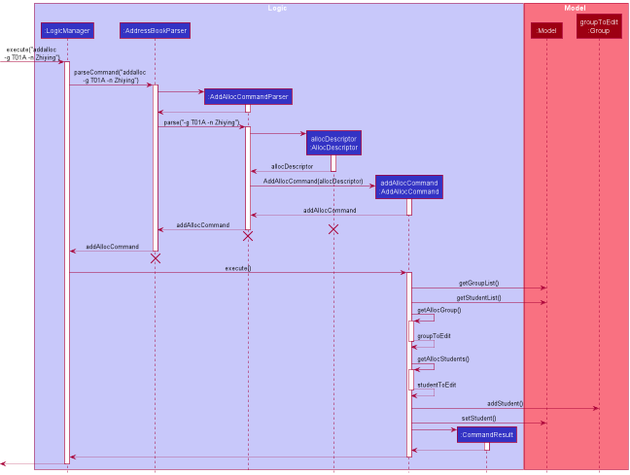
The PlantUML diagram docs/images/AddAllocSequenceDiagram.png in nus-cs2103-AY2122S1/tp, before a commit. Source of this version:
```plantuml
@startuml
!include style.puml

box Logic LOGIC_COLOR_T1
participant ":LogicManager" as LogicManager LOGIC_COLOR
participant ":AddressBookParser" as AddressBookParser LOGIC_COLOR
participant ":AddAllocCommandParser" as AddAllocCommandParser LOGIC_COLOR
participant "allocDescriptor\n:AllocDescriptor" as AllocDescriptor LOGIC_COLOR
participant "addAllocCommand\n:AddAllocCommand" as AddAllocCommand LOGIC_COLOR
participant ":CommandResult" as CommandResult LOGIC_COLOR
end box

box Model MODEL_COLOR_T1
participant ":Model" as Model MODEL_COLOR
participant "groupToEdit\n:Group" MODEL_COLOR
end box

[-> LogicManager : execute("addalloc \n-g T01A -n Zhiying")
activate LogicManager

LogicManager -> AddressBookParser : parseCommand("addalloc \n-g T01A -n Zhiying")
activate AddressBookParser

create AddAllocCommandParser
AddressBookParser -> AddAllocCommandParser
activate AddAllocCommandParser

AddAllocCommandParser --> AddressBookParser
deactivate AddAllocCommandParser

AddressBookParser -> AddAllocCommandParser : parse("-g T01A -n Zhiying")
activate AddAllocCommandParser

create AllocDescriptor
AddAllocCommandParser -> AllocDescriptor
activate AllocDescriptor

AllocDescriptor --> AddAllocCommandParser : allocDescriptor
deactivate AllocDescriptor

create AddAllocCommand
AddAllocCommandParser -> AddAllocCommand : AddAllocCommand(allocDescriptor)
activate AddAllocCommand

AddAllocCommand --> AddAllocCommandParser : addAllocCommand
deactivate AddAllocCommand

AddAllocCommandParser --> AddressBookParser : addAllocCommand
deactivate AddAllocCommandParser

destroy AllocDescriptor

Model -[hidden]->
destroy AddAllocCommandParser

AddressBookParser --> LogicManager : addAllocCommand
deactivate AddressBookParser

Model -[hidden]->
destroy AddressBookParser

LogicManager -> AddAllocCommand : execute()
activate AddAllocCommand

AddAllocCommand -> Model : getGroupList()
AddAllocCommand -> Model : getStudentList()

AddAllocCommand -> AddAllocCommand : getAllocGroup()
activate AddAllocCommand

AddAllocCommand --> AddAllocCommand : groupToEdit
deactivate AddAllocCommand

Model -[hidden]->

AddAllocCommand -> AddAllocCommand : getAllocStudents()
activate AddAllocCommand

AddAllocCommand --> AddAllocCommand : studentToEdit
deactivate AddAllocCommand

AddAllocCommand -> "groupToEdit\n:Group" : addStudent()
AddAllocCommand -> Model : setStudent()

create CommandResult
AddAllocCommand -> CommandResult
activate CommandResult

CommandResult --> AddAllocCommand
deactivate CommandResult

AddAllocCommand --> LogicManager
deactivate AddAllocCommand

[<--LogicManager
deactivate LogicManager

@enduml
```
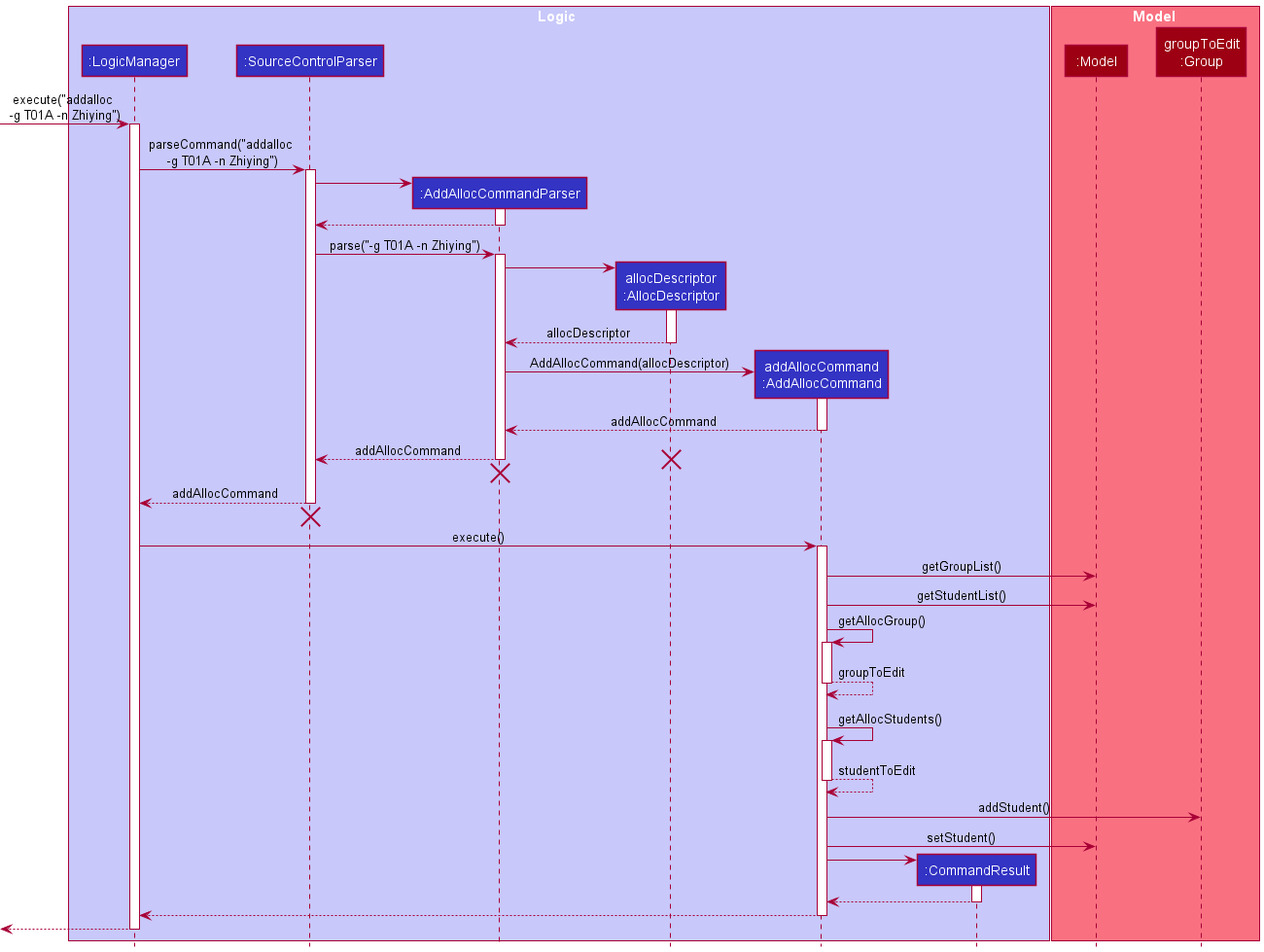
After the change.

The edit, as a diff of the source:
```diff
@@ -3,7 +3,7 @@
 
 box Logic LOGIC_COLOR_T1
 participant ":LogicManager" as LogicManager LOGIC_COLOR
-participant ":AddressBookParser" as AddressBookParser LOGIC_COLOR
+participant ":SourceControlParser" as SourceControlParser LOGIC_COLOR
 participant ":AddAllocCommandParser" as AddAllocCommandParser LOGIC_COLOR
 participant "allocDescriptor\n:AllocDescriptor" as AllocDescriptor LOGIC_COLOR
 participant "addAllocCommand\n:AddAllocCommand" as AddAllocCommand LOGIC_COLOR
@@ -18,17 +18,17 @@
 [-> LogicManager : execute("addalloc \n-g T01A -n Zhiying")
 activate LogicManager
 
-LogicManager -> AddressBookParser : parseCommand("addalloc \n-g T01A -n Zhiying")
-activate AddressBookParser
+LogicManager -> SourceControlParser : parseCommand("addalloc \n-g T01A -n Zhiying")
+activate SourceControlParser
 
 create AddAllocCommandParser
-AddressBookParser -> AddAllocCommandParser
+SourceControlParser -> AddAllocCommandParser
 activate AddAllocCommandParser
 
-AddAllocCommandParser --> AddressBookParser
+AddAllocCommandParser --> SourceControlParser
 deactivate AddAllocCommandParser
 
-AddressBookParser -> AddAllocCommandParser : parse("-g T01A -n Zhiying")
+SourceControlParser -> AddAllocCommandParser : parse("-g T01A -n Zhiying")
 activate AddAllocCommandParser
 
 create AllocDescriptor
@@ -45,7 +45,7 @@
 AddAllocCommand --> AddAllocCommandParser : addAllocCommand
 deactivate AddAllocCommand
 
-AddAllocCommandParser --> AddressBookParser : addAllocCommand
+AddAllocCommandParser --> SourceControlParser : addAllocCommand
 deactivate AddAllocCommandParser
 
 destroy AllocDescriptor
@@ -53,11 +53,11 @@
 Model -[hidden]->
 destroy AddAllocCommandParser
 
-AddressBookParser --> LogicManager : addAllocCommand
-deactivate AddressBookParser
+SourceControlParser --> LogicManager : addAllocCommand
+deactivate SourceControlParser
 
 Model -[hidden]->
-destroy AddressBookParser
+destroy SourceControlParser
 
 LogicManager -> AddAllocCommand : execute()
 activate AddAllocCommand
```
